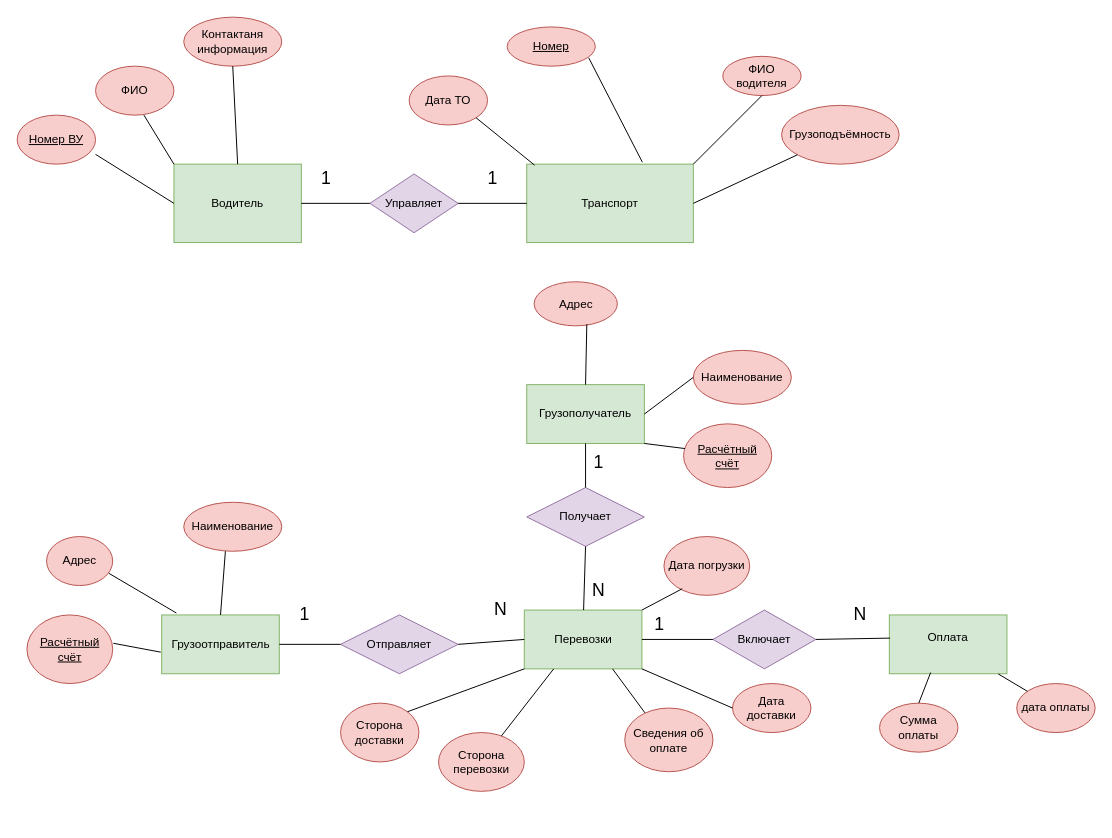
Before: Диаграмма Чена.drawio in alexej0000/Diagram, a draw.io diagram. Source tidied: cells renumbered, new cells numbered last; positions are measured from the earlier drawing's top-left corner, leaving out a move shared by most shapes. Both pictures are drawn from the tidied source at 98%, with x=0, y=0 at pixel (17, 17).
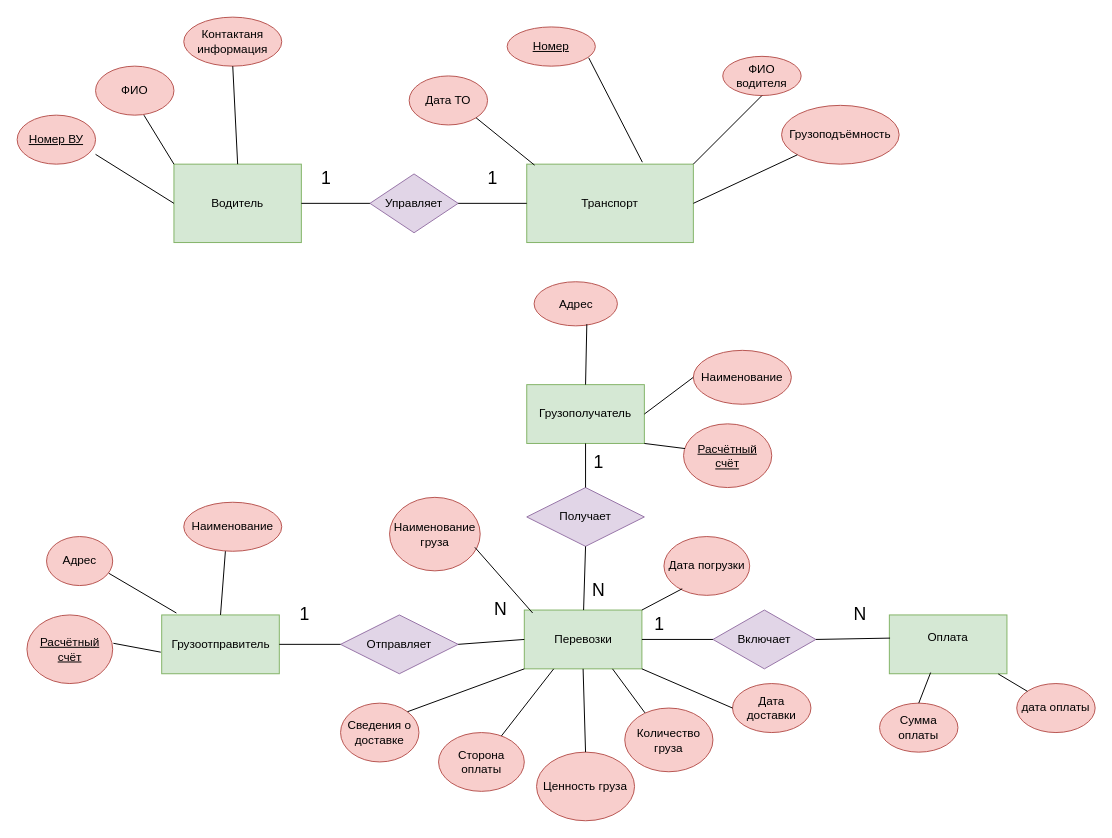
The same diagram, later.

The change refers to these unchanged cells:
```xml
<mxCell id="5" value="Перевозки" style="rounded=0;whiteSpace=wrap;html=1;fillColor=#d5e8d4;strokeColor=#82b366;" parent="1" vertex="1">
  <mxGeometry x="517.5" y="605" width="120" height="60" as="geometry" />
</mxCell>
```

Change to the diagram source:
```diff
@@
-    <mxCell id="39" value="Сторона доставки" style="ellipse;whiteSpace=wrap;html=1;fillColor=#f8cecc;strokeColor=#b85450;" parent="1" vertex="1">
+    <mxCell id="39" value="Сведения о доставке" style="ellipse;whiteSpace=wrap;html=1;fillColor=#f8cecc;strokeColor=#b85450;" parent="1" vertex="1">
       <mxGeometry x="330" y="700" width="80" height="60" as="geometry" />
     </mxCell>
-    <mxCell id="40" value="Сторона перевозки" style="ellipse;whiteSpace=wrap;html=1;fillColor=#f8cecc;strokeColor=#b85450;" parent="1" vertex="1">
+    <mxCell id="40" value="Сторона оплаты" style="ellipse;whiteSpace=wrap;html=1;fillColor=#f8cecc;strokeColor=#b85450;" parent="1" vertex="1">
       <mxGeometry x="430" y="730" width="87.5" height="60" as="geometry" />
     </mxCell>
-    <mxCell id="41" value="Сведения об оплате" style="ellipse;whiteSpace=wrap;html=1;fillColor=#f8cecc;strokeColor=#b85450;" parent="1" vertex="1">
+    <mxCell id="41" value="Количество груза" style="ellipse;whiteSpace=wrap;html=1;fillColor=#f8cecc;strokeColor=#b85450;" parent="1" vertex="1">
       <mxGeometry x="620" y="705" width="90" height="65" as="geometry" />
     </mxCell>
@@
+    <mxCell id="69" value="Наименование груза" style="ellipse;whiteSpace=wrap;html=1;fillColor=#f8cecc;strokeColor=#b85450;" parent="1" vertex="1">
+      <mxGeometry x="380" y="490" width="92.5" height="75" as="geometry" />
+    </mxCell>
+    <mxCell id="70" style="endArrow=none;html=1;rounded=0;entryX=0.941;entryY=0.68;entryDx=0;entryDy=0;entryPerimeter=0;exitX=0.071;exitY=0.05;exitDx=0;exitDy=0;exitPerimeter=0;" parent="1" edge="1" source="5" target="69">
+      <mxGeometry relative="1" as="geometry" />
+    </mxCell>
+    <mxCell id="71" value="Ценность груза" style="ellipse;whiteSpace=wrap;html=1;fillColor=#f8cecc;strokeColor=#b85450;" parent="1" vertex="1">
+      <mxGeometry x="530" y="750" width="100" height="70" as="geometry" />
+    </mxCell>
+    <mxCell id="72" style="endArrow=none;html=1;rounded=0;exitX=0.5;exitY=1;exitDx=0;exitDy=0;entryX=0.5;entryY=0;entryDx=0;entryDy=0;" parent="1" edge="1" source="5" target="71">
+      <mxGeometry relative="1" as="geometry" />
+    </mxCell>
```
